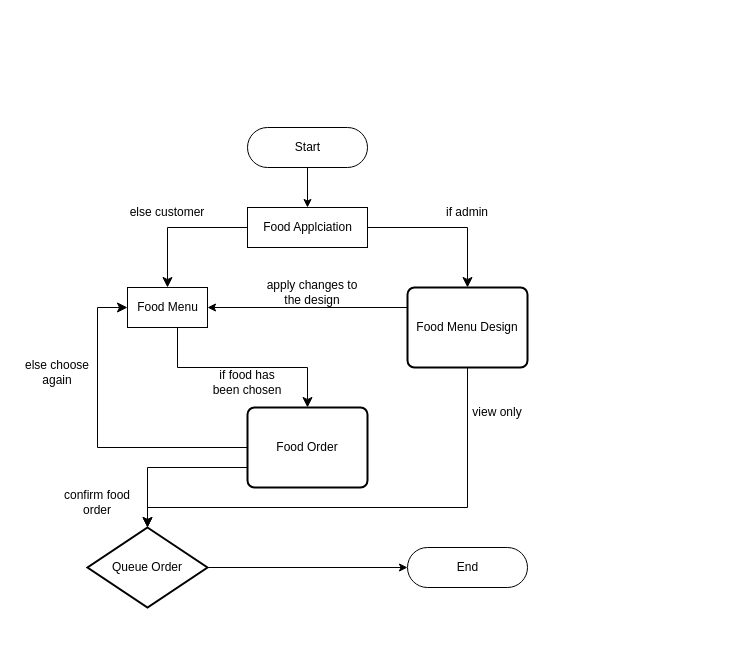
This is DOCS/Diagrams/Flowchart.drawio from alexxGmZ/MenuMaApp, a draw.io file, before an edit. Source tidied: cells renumbered, new cells numbered last; positions are measured from the earlier drawing's top-left corner, leaving out a move shared by most shapes. Both pictures are drawn from the tidied source at 100%, with x=0, y=0 at pixel (17, 127).
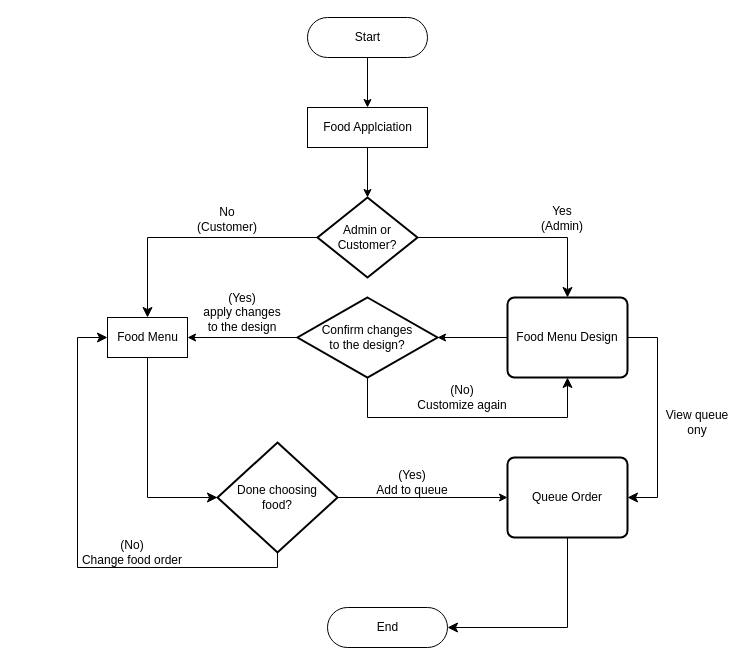
Above is the later version.

Commit message:
updated flow chart

Change to the diagram source:
```diff
@@
     <mxCell id="2" value="Start" style="html=1;dashed=0;whitespace=wrap;shape=mxgraph.dfd.start;" parent="1" vertex="1">
-      <mxGeometry x="230" width="120" height="40" as="geometry" />
+      <mxGeometry x="290" y="-110" width="120" height="40" as="geometry" />
     </mxCell>
     <mxCell id="3" value="Food Applciation" style="html=1;dashed=0;whitespace=wrap;" parent="1" vertex="1">
-      <mxGeometry x="230" y="80" width="120" height="40" as="geometry" />
+      <mxGeometry x="290" y="-20" width="120" height="40" as="geometry" />
     </mxCell>
-    <mxCell id="4" value="Queue Order" style="strokeWidth=2;html=1;shape=mxgraph.flowchart.decision;whiteSpace=wrap;" parent="1" vertex="1">
-      <mxGeometry x="70" y="400" width="120" height="80" as="geometry" />
-    </mxCell>
@@
-    <mxCell id="6" value="Food Order" style="rounded=1;whiteSpace=wrap;html=1;absoluteArcSize=1;arcSize=14;strokeWidth=2;" parent="1" vertex="1">
-      <mxGeometry x="230" y="280" width="120" height="80" as="geometry" />
+    <mxCell id="6" value="Queue Order" style="rounded=1;whiteSpace=wrap;html=1;absoluteArcSize=1;arcSize=14;strokeWidth=2;" parent="1" vertex="1">
+      <mxGeometry x="490" y="330" width="120" height="80" as="geometry" />
     </mxCell>
     <mxCell id="7" value="Food Menu" style="html=1;dashed=0;whitespace=wrap;" parent="1" vertex="1">
-      <mxGeometry x="110" y="160" width="80" height="40" as="geometry" />
+      <mxGeometry x="90" y="190" width="80" height="40" as="geometry" />
     </mxCell>
-    <mxCell id="8" style="edgeStyle=segmentEdgeStyle;endArrow=classic;html=1;curved=0;rounded=0;endSize=8;startSize=8;entryX=0.5;entryY=0;entryDx=0;entryDy=0;exitX=0;exitY=0.5;exitDx=0;exitDy=0;" parent="1" edge="1" source="3" target="7">
-      <mxGeometry relative="1" as="geometry" />
-    </mxCell>
     <mxCell id="9" value="Food Menu Design" style="rounded=1;whiteSpace=wrap;html=1;absoluteArcSize=1;arcSize=14;strokeWidth=2;" parent="1" vertex="1">
-      <mxGeometry x="390" y="160" width="120" height="80" as="geometry" />
+      <mxGeometry x="490" y="170" width="120" height="80" as="geometry" />
     </mxCell>
-    <mxCell id="10" style="edgeStyle=segmentEdgeStyle;endArrow=classic;html=1;curved=0;rounded=0;endSize=8;startSize=8;entryX=0.5;entryY=0;entryDx=0;entryDy=0;exitX=1;exitY=0.5;exitDx=0;exitDy=0;" parent="1" edge="1" source="3" target="9">
-      <mxGeometry relative="1" as="geometry" />
-    </mxCell>
-    <mxCell id="11" value="if admin" style="text;html=1;strokeColor=none;fillColor=none;align=center;verticalAlign=middle;whiteSpace=wrap;rounded=0;" parent="1" vertex="1">
-      <mxGeometry x="420" y="70" width="60" height="30" as="geometry" />
-    </mxCell>
-    <mxCell id="12" value="else customer" style="text;html=1;strokeColor=none;fillColor=none;align=center;verticalAlign=middle;whiteSpace=wrap;rounded=0;" parent="1" vertex="1">
-      <mxGeometry x="110" y="70" width="80" height="30" as="geometry" />
-    </mxCell>
-    <mxCell id="13" style="endArrow=classic;html=1;entryX=1;entryY=0.5;entryDx=0;entryDy=0;exitX=0;exitY=0.25;exitDx=0;exitDy=0;" parent="1" edge="1" source="9" target="7">
-      <mxGeometry relative="1" as="geometry" />
-    </mxCell>
-    <mxCell id="14" value="apply changes to the design" style="text;html=1;strokeColor=none;fillColor=none;align=center;verticalAlign=middle;whiteSpace=wrap;rounded=0;" parent="1" vertex="1">
-      <mxGeometry x="240" y="150" width="110" height="30" as="geometry" />
+    <mxCell id="14" value="(Yes)&lt;br&gt;apply changes&lt;br&gt;to the design" style="text;html=1;strokeColor=none;fillColor=none;align=center;verticalAlign=middle;whiteSpace=wrap;rounded=0;" parent="1" vertex="1">
+      <mxGeometry x="170" y="170" width="110" height="30" as="geometry" />
     </mxCell>
-    <mxCell id="15" style="edgeStyle=segmentEdgeStyle;endArrow=classic;html=1;curved=0;rounded=0;endSize=8;startSize=8;entryX=0.5;entryY=0;entryDx=0;entryDy=0;exitX=0.5;exitY=1;exitDx=0;exitDy=0;" parent="1" edge="1" source="7" target="6">
-      <mxGeometry relative="1" as="geometry">
-        <Array as="points">
-          <mxPoint x="160" y="200" />
-          <mxPoint x="160" y="240" />
-          <mxPoint x="290" y="240" />
-        </Array>
-      </mxGeometry>
-    </mxCell>
-    <mxCell id="16" value="confirm food order" style="text;html=1;strokeColor=none;fillColor=none;align=center;verticalAlign=middle;whiteSpace=wrap;rounded=0;" parent="1" vertex="1">
-      <mxGeometry x="40" y="360" width="80" height="30" as="geometry" />
-    </mxCell>
-    <mxCell id="17" style="edgeStyle=elbowEdgeStyle;elbow=horizontal;endArrow=classic;html=1;curved=0;rounded=0;endSize=8;startSize=8;entryX=0;entryY=0.5;entryDx=0;entryDy=0;exitX=0;exitY=0.5;exitDx=0;exitDy=0;" parent="1" edge="1" source="6" target="7">
-      <mxGeometry relative="1" as="geometry">
-        <Array as="points">
-          <mxPoint x="80" y="240" />
-        </Array>
-      </mxGeometry>
-    </mxCell>
-    <mxCell id="18" value="else choose again" style="text;html=1;strokeColor=none;fillColor=none;align=center;verticalAlign=middle;whiteSpace=wrap;rounded=0;" parent="1" vertex="1">
-      <mxGeometry y="230" width="80" height="30" as="geometry" />
-    </mxCell>
-    <mxCell id="19" value="if food has been chosen" style="text;html=1;strokeColor=none;fillColor=none;align=center;verticalAlign=middle;whiteSpace=wrap;rounded=0;" parent="1" vertex="1">
-      <mxGeometry x="190" y="240" width="80" height="30" as="geometry" />
-    </mxCell>
-    <mxCell id="20" style="edgeStyle=elbowEdgeStyle;elbow=horizontal;endArrow=classic;html=1;curved=0;rounded=0;endSize=8;startSize=8;entryX=0.5;entryY=0;entryDx=0;entryDy=0;entryPerimeter=0;exitX=0;exitY=0.75;exitDx=0;exitDy=0;" parent="1" edge="1" source="6" target="4">
-      <mxGeometry relative="1" as="geometry">
-        <Array as="points">
-          <mxPoint x="130" y="370" />
-        </Array>
-      </mxGeometry>
-    </mxCell>
-    <mxCell id="21" style="edgeStyle=segmentEdgeStyle;endArrow=classic;html=1;curved=0;rounded=0;endSize=8;startSize=8;exitX=0.5;exitY=1;exitDx=0;exitDy=0;" parent="1" edge="1" source="9">
-      <mxGeometry relative="1" as="geometry">
-        <mxPoint x="130" y="400" as="targetPoint" />
-        <Array as="points">
-          <mxPoint x="450" y="380" />
-          <mxPoint x="130" y="380" />
-        </Array>
-      </mxGeometry>
-    </mxCell>
-    <mxCell id="22" value="view only" style="text;html=1;strokeColor=none;fillColor=none;align=center;verticalAlign=middle;whiteSpace=wrap;rounded=0;" parent="1" vertex="1">
-      <mxGeometry x="450" y="270" width="60" height="30" as="geometry" />
-    </mxCell>
     <mxCell id="23" value="End" style="html=1;dashed=0;whitespace=wrap;shape=mxgraph.dfd.start;" parent="1" vertex="1">
-      <mxGeometry x="390" y="420" width="120" height="40" as="geometry" />
+      <mxGeometry x="310" y="480" width="120" height="40" as="geometry" />
     </mxCell>
-    <mxCell id="24" style="endArrow=classic;html=1;entryX=0;entryY=0.5;entryDx=0;entryDy=0;entryPerimeter=0;exitX=1;exitY=0.5;exitDx=0;exitDy=0;exitPerimeter=0;" parent="1" edge="1" source="4" target="23">
-      <mxGeometry relative="1" as="geometry" />
-    </mxCell>
+    <mxCell id="25" value="Admin or Customer?" style="strokeWidth=2;html=1;shape=mxgraph.flowchart.decision;whiteSpace=wrap;" parent="1" vertex="1">
+      <mxGeometry x="300" y="70" width="100" height="80" as="geometry" />
+    </mxCell>
+    <mxCell id="26" style="endArrow=classic;html=1;exitX=0.5;exitY=1;exitDx=0;exitDy=0;entryX=0.5;entryY=0;entryDx=0;entryDy=0;entryPerimeter=0;" parent="1" edge="1" source="3" target="25">
+      <mxGeometry relative="1" as="geometry" />
+    </mxCell>
+    <mxCell id="27" style="edgeStyle=segmentEdgeStyle;endArrow=classic;html=1;curved=0;rounded=0;endSize=8;startSize=8;entryX=0.5;entryY=0;entryDx=0;entryDy=0;exitX=0;exitY=0.5;exitDx=0;exitDy=0;exitPerimeter=0;" parent="1" edge="1" source="25" target="7">
+      <mxGeometry relative="1" as="geometry" />
+    </mxCell>
+    <mxCell id="28" style="edgeStyle=segmentEdgeStyle;endArrow=classic;html=1;curved=0;rounded=0;endSize=8;startSize=8;entryX=0.5;entryY=0;entryDx=0;entryDy=0;exitX=1;exitY=0.5;exitDx=0;exitDy=0;exitPerimeter=0;" parent="1" edge="1" source="25" target="9">
+      <mxGeometry relative="1" as="geometry" />
+    </mxCell>
+    <mxCell id="29" value="Yes&lt;br&gt;(Admin)" style="text;html=1;strokeColor=none;fillColor=none;align=center;verticalAlign=middle;whiteSpace=wrap;rounded=0;" parent="1" vertex="1">
+      <mxGeometry x="490" y="76" width="110" height="30" as="geometry" />
+    </mxCell>
+    <mxCell id="30" value="No&lt;br&gt;(Customer)" style="text;html=1;strokeColor=none;fillColor=none;align=center;verticalAlign=middle;whiteSpace=wrap;rounded=0;" parent="1" vertex="1">
+      <mxGeometry x="150" y="77" width="120" height="30" as="geometry" />
+    </mxCell>
+    <mxCell id="31" value="Done choosing&lt;br&gt;food?" style="strokeWidth=2;html=1;shape=mxgraph.flowchart.decision;whiteSpace=wrap;" parent="1" vertex="1">
+      <mxGeometry x="200" y="315" width="120" height="110" as="geometry" />
+    </mxCell>
+    <mxCell id="32" style="edgeStyle=segmentEdgeStyle;endArrow=classic;html=1;curved=0;rounded=0;endSize=8;startSize=8;exitX=0.5;exitY=1;exitDx=0;exitDy=0;entryX=0;entryY=0.5;entryDx=0;entryDy=0;entryPerimeter=0;" parent="1" edge="1" source="7" target="31">
+      <mxGeometry relative="1" as="geometry">
+        <Array as="points">
+          <mxPoint x="130" y="370" />
+        </Array>
+      </mxGeometry>
+    </mxCell>
+    <mxCell id="33" value="Confirm changes&lt;br&gt;to the design?" style="strokeWidth=2;html=1;shape=mxgraph.flowchart.decision;whiteSpace=wrap;" parent="1" vertex="1">
+      <mxGeometry x="280" y="170" width="140" height="80" as="geometry" />
+    </mxCell>
+    <mxCell id="34" style="endArrow=classic;html=1;entryX=1;entryY=0.5;entryDx=0;entryDy=0;entryPerimeter=0;exitX=0;exitY=0.5;exitDx=0;exitDy=0;" parent="1" edge="1" source="9" target="33">
+      <mxGeometry relative="1" as="geometry" />
+    </mxCell>
+    <mxCell id="35" style="endArrow=classic;html=1;entryX=1;entryY=0.5;entryDx=0;entryDy=0;exitX=0;exitY=0.5;exitDx=0;exitDy=0;exitPerimeter=0;" parent="1" edge="1" source="33" target="7">
+      <mxGeometry relative="1" as="geometry" />
+    </mxCell>
+    <mxCell id="36" style="edgeStyle=elbowEdgeStyle;elbow=horizontal;endArrow=classic;html=1;curved=0;rounded=0;endSize=8;startSize=8;entryX=0.5;entryY=1;entryDx=0;entryDy=0;exitX=0.5;exitY=1;exitDx=0;exitDy=0;exitPerimeter=0;" parent="1" edge="1" source="33" target="9">
+      <mxGeometry relative="1" as="geometry">
+        <Array as="points">
+          <mxPoint x="450" y="290" />
+        </Array>
+      </mxGeometry>
+    </mxCell>
+    <mxCell id="37" value="(No)&lt;br&gt;Customize again" style="text;html=1;strokeColor=none;fillColor=none;align=center;verticalAlign=middle;whiteSpace=wrap;rounded=0;" parent="1" vertex="1">
+      <mxGeometry x="390" y="255" width="110" height="30" as="geometry" />
+    </mxCell>
+    <mxCell id="38" style="endArrow=classic;html=1;entryX=0;entryY=0.5;entryDx=0;entryDy=0;exitX=1;exitY=0.5;exitDx=0;exitDy=0;exitPerimeter=0;" parent="1" edge="1" source="31" target="6">
+      <mxGeometry relative="1" as="geometry" />
+    </mxCell>
+    <mxCell id="39" value="(Yes)&lt;br&gt;Add to queue" style="text;html=1;strokeColor=none;fillColor=none;align=center;verticalAlign=middle;whiteSpace=wrap;rounded=0;" parent="1" vertex="1">
+      <mxGeometry x="340" y="340" width="110" height="30" as="geometry" />
+    </mxCell>
+    <mxCell id="40" style="edgeStyle=segmentEdgeStyle;endArrow=classic;html=1;curved=0;rounded=0;endSize=8;startSize=8;entryX=0;entryY=0.5;entryDx=0;entryDy=0;exitX=0.5;exitY=1;exitDx=0;exitDy=0;exitPerimeter=0;" parent="1" edge="1" source="31" target="7">
+      <mxGeometry relative="1" as="geometry">
+        <Array as="points">
+          <mxPoint x="260" y="440" />
+          <mxPoint x="60" y="440" />
+          <mxPoint x="60" y="210" />
+        </Array>
+      </mxGeometry>
+    </mxCell>
+    <mxCell id="41" value="(No)&lt;br&gt;Change food order" style="text;html=1;strokeColor=none;fillColor=none;align=center;verticalAlign=middle;whiteSpace=wrap;rounded=0;" parent="1" vertex="1">
+      <mxGeometry x="60" y="410" width="110" height="30" as="geometry" />
+    </mxCell>
+    <mxCell id="42" style="edgeStyle=segmentEdgeStyle;endArrow=classic;html=1;curved=0;rounded=0;endSize=8;startSize=8;entryX=1;entryY=0.5;entryDx=0;entryDy=0;exitX=1;exitY=0.5;exitDx=0;exitDy=0;" parent="1" edge="1" source="9" target="6">
+      <mxGeometry relative="1" as="geometry">
+        <Array as="points">
+          <mxPoint x="640" y="210" />
+          <mxPoint x="640" y="370" />
+        </Array>
+      </mxGeometry>
+    </mxCell>
+    <mxCell id="43" value="View queue&lt;br&gt;ony" style="text;html=1;strokeColor=none;fillColor=none;align=center;verticalAlign=middle;whiteSpace=wrap;rounded=0;" parent="1" vertex="1">
+      <mxGeometry x="640" y="280" width="80" height="30" as="geometry" />
+    </mxCell>
+    <mxCell id="44" style="edgeStyle=segmentEdgeStyle;endArrow=classic;html=1;curved=0;rounded=0;endSize=8;startSize=8;entryX=1;entryY=0.5;entryDx=0;entryDy=0;entryPerimeter=0;exitX=0.5;exitY=1;exitDx=0;exitDy=0;" parent="1" edge="1" source="6" target="23">
+      <mxGeometry relative="1" as="geometry">
+        <Array as="points">
+          <mxPoint x="550" y="500" />
+        </Array>
+      </mxGeometry>
+    </mxCell>
```
